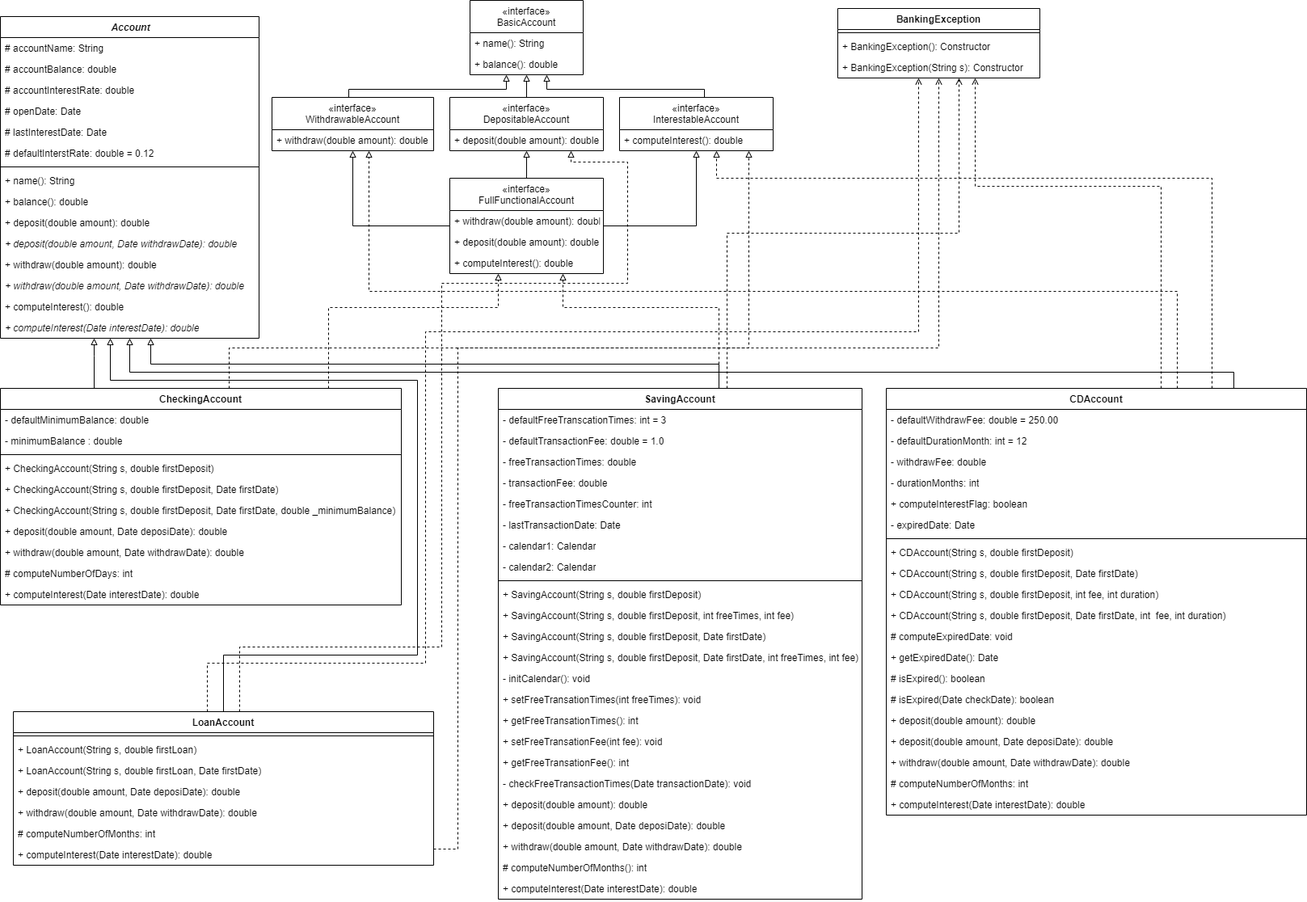
The draw.io diagram ClassDiagram.png in jimmy1010ww/CS4001301-ProgrammingLanguage-Program-HW1, before a commit. Source tidied: cells renumbered, new cells last; positions are measured from the earlier drawing's top-left corner, leaving out a move shared by most shapes.
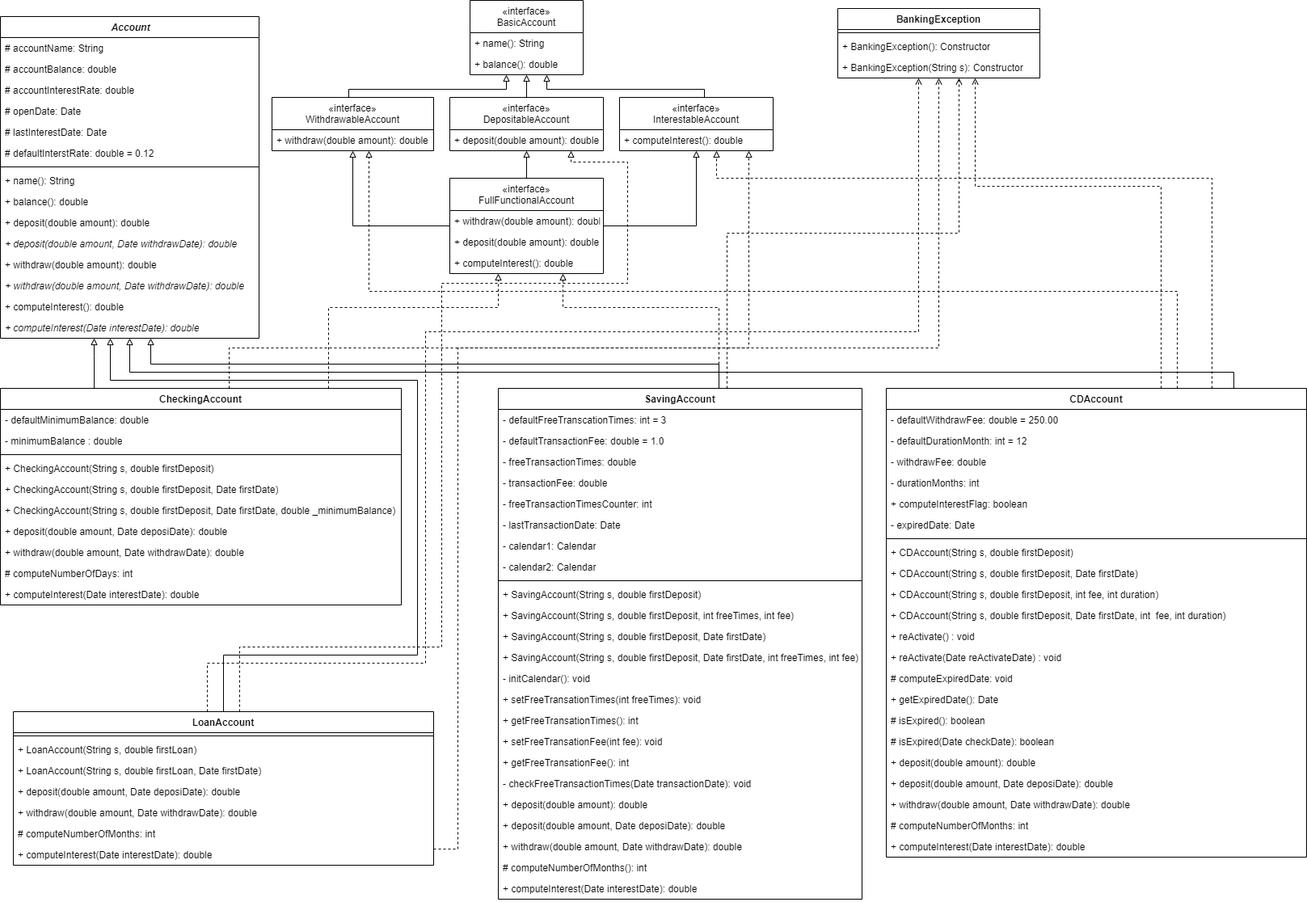
After the change.

Change to the diagram source:
```diff
@@ -287,7 +287,7 @@
       </mxGeometry>
     </mxCell>
     <mxCell id="76" value="CDAccount" style="swimlane;fontStyle=1;align=center;verticalAlign=top;horizontal=1;startSize=26;" parent="1" vertex="1">
-      <mxGeometry x="1096" y="480" width="520" height="528" as="geometry" />
+      <mxGeometry x="1096" y="480" width="520" height="580" as="geometry" />
     </mxCell>
     <mxCell id="77" value="- defaultWithdrawFee: double = 250.00" style="text;strokeColor=none;fillColor=none;align=left;verticalAlign=top;spacingLeft=4;spacingRight=4;overflow=hidden;" parent="76" vertex="1">
       <mxGeometry y="26" width="520" height="26" as="geometry" />
@@ -322,32 +322,38 @@
     <mxCell id="87" value="+ CDAccount(String s, double firstDeposit, Date firstDate, int&amp;nbsp; fee, int duration)" style="text;strokeColor=none;fillColor=none;align=left;verticalAlign=top;spacingLeft=4;spacingRight=4;overflow=hidden;html=1;" parent="76" vertex="1">
       <mxGeometry y="268" width="520" height="26" as="geometry" />
     </mxCell>
+    <mxCell id="120" value="+ reActivate() : void" style="text;strokeColor=none;fillColor=none;align=left;verticalAlign=top;spacingLeft=4;spacingRight=4;overflow=hidden;" parent="76" vertex="1">
+      <mxGeometry y="294" width="520" height="26" as="geometry" />
+    </mxCell>
+    <mxCell id="121" value="+ reActivate(Date reActivateDate) : void" style="text;strokeColor=none;fillColor=none;align=left;verticalAlign=top;spacingLeft=4;spacingRight=4;overflow=hidden;" parent="76" vertex="1">
+      <mxGeometry y="320" width="520" height="26" as="geometry" />
+    </mxCell>
     <mxCell id="88" value="# computeExpiredDate: void" style="text;strokeColor=none;fillColor=none;align=left;verticalAlign=top;spacingLeft=4;spacingRight=4;overflow=hidden;html=1;" parent="76" vertex="1">
-      <mxGeometry y="294" width="520" height="26" as="geometry" />
+      <mxGeometry y="346" width="520" height="26" as="geometry" />
     </mxCell>
     <mxCell id="89" value="+ getExpiredDate(): Date" style="text;strokeColor=none;fillColor=none;align=left;verticalAlign=top;spacingLeft=4;spacingRight=4;overflow=hidden;html=1;" parent="76" vertex="1">
-      <mxGeometry y="320" width="520" height="26" as="geometry" />
+      <mxGeometry y="372" width="520" height="26" as="geometry" />
     </mxCell>
     <mxCell id="90" value="# isExpired(): boolean" style="text;strokeColor=none;fillColor=none;align=left;verticalAlign=top;spacingLeft=4;spacingRight=4;overflow=hidden;html=1;" parent="76" vertex="1">
-      <mxGeometry y="346" width="520" height="26" as="geometry" />
+      <mxGeometry y="398" width="520" height="26" as="geometry" />
     </mxCell>
     <mxCell id="91" value="# isExpired(Date checkDate):&amp;nbsp;boolean&amp;nbsp;" style="text;strokeColor=none;fillColor=none;align=left;verticalAlign=top;spacingLeft=4;spacingRight=4;overflow=hidden;html=1;" parent="76" vertex="1">
-      <mxGeometry y="372" width="520" height="26" as="geometry" />
+      <mxGeometry y="424" width="520" height="26" as="geometry" />
     </mxCell>
     <mxCell id="92" value="+ deposit(double amount): double" style="text;strokeColor=none;fillColor=none;align=left;verticalAlign=top;spacingLeft=4;spacingRight=4;overflow=hidden;html=1;" parent="76" vertex="1">
-      <mxGeometry y="398" width="520" height="26" as="geometry" />
+      <mxGeometry y="450" width="520" height="26" as="geometry" />
     </mxCell>
     <mxCell id="93" value="+ deposit(double amount, Date deposiDate): double" style="text;strokeColor=none;fillColor=none;align=left;verticalAlign=top;spacingLeft=4;spacingRight=4;overflow=hidden;html=1;" parent="76" vertex="1">
-      <mxGeometry y="424" width="520" height="26" as="geometry" />
+      <mxGeometry y="476" width="520" height="26" as="geometry" />
     </mxCell>
     <mxCell id="94" value="+ withdraw(double amount, Date withdrawDate): double" style="text;strokeColor=none;fillColor=none;align=left;verticalAlign=top;spacingLeft=4;spacingRight=4;overflow=hidden;html=1;" parent="76" vertex="1">
-      <mxGeometry y="450" width="520" height="26" as="geometry" />
+      <mxGeometry y="502" width="520" height="26" as="geometry" />
     </mxCell>
     <mxCell id="95" value="# computeNumberOfMonths: int" style="text;strokeColor=none;fillColor=none;align=left;verticalAlign=top;spacingLeft=4;spacingRight=4;overflow=hidden;html=1;" parent="76" vertex="1">
-      <mxGeometry y="476" width="520" height="26" as="geometry" />
+      <mxGeometry y="528" width="520" height="26" as="geometry" />
     </mxCell>
     <mxCell id="96" value="+ computeInterest(Date interestDate): double" style="text;strokeColor=none;fillColor=none;align=left;verticalAlign=top;spacingLeft=4;spacingRight=4;overflow=hidden;html=1;" parent="76" vertex="1">
-      <mxGeometry y="502" width="520" height="26" as="geometry" />
+      <mxGeometry y="554" width="520" height="26" as="geometry" />
     </mxCell>
     <mxCell id="97" style="edgeStyle=orthogonalEdgeStyle;rounded=0;jettySize=auto;html=1;endArrow=block;endFill=0;" parent="1" edge="1" source="101" target="17">
       <mxGeometry relative="1" as="geometry">
```
